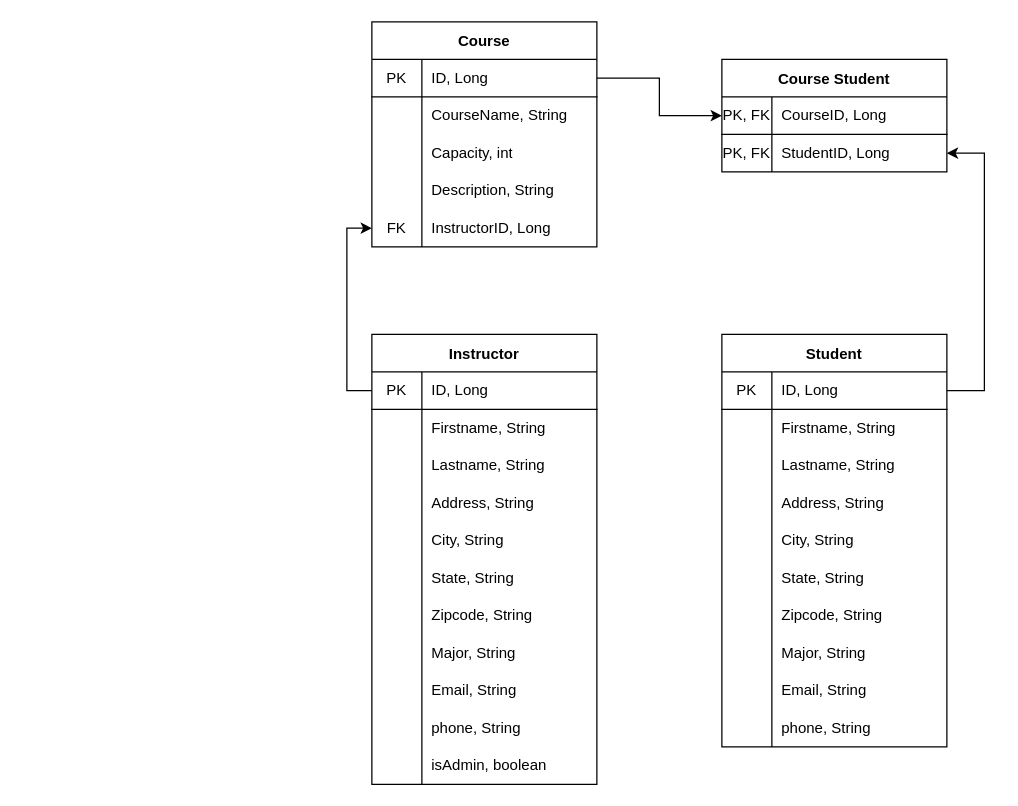
The draw.io diagram schooldb.drawio in hoon0661/schooldb, before the edit. Source tidied: cells renumbered, new cells numbered last; positions are measured from the earlier drawing's top-left corner, leaving out a move shared by most shapes. Both pictures are drawn from the tidied source at 125%, with x=0, y=0 at pixel (371, 21).
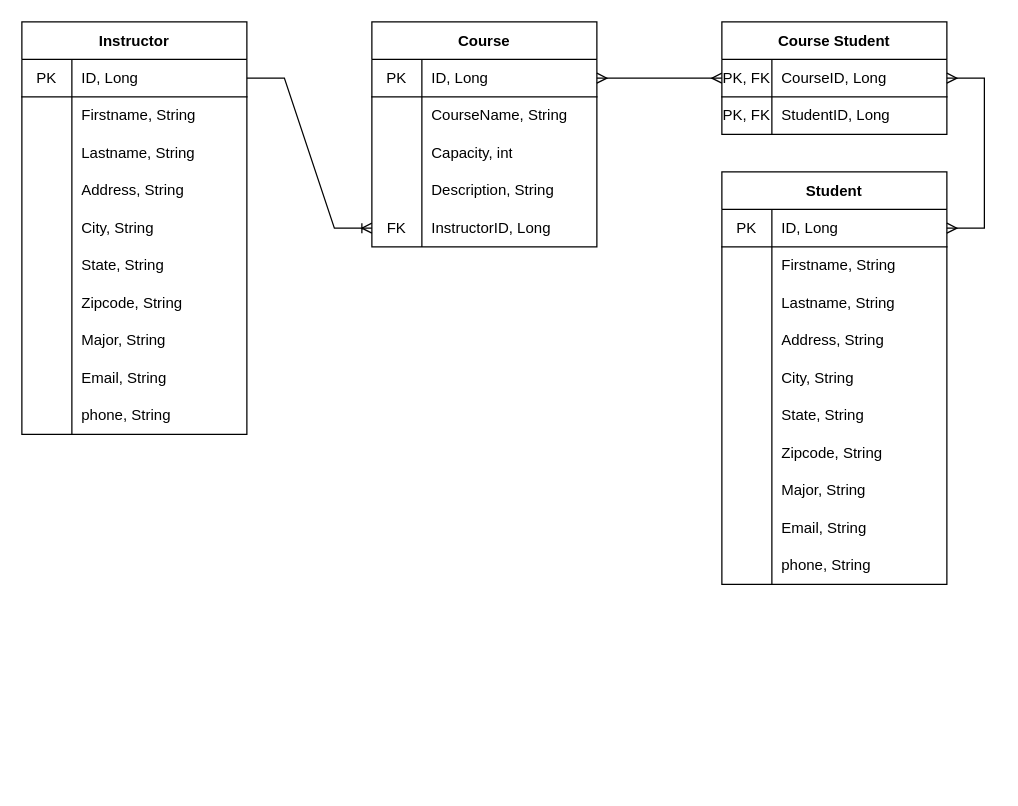
Above is the later version.

The change refers to these unchanged cells:
```xml
<mxCell id="3" style="shape=partialRectangle;html=1;whiteSpace=wrap;fillColor=none;top=0;left=0;bottom=1;right=0;points=[[0,0.5],[1,0.5]];portConstraint=eastwest;" parent="2" vertex="1">
  <mxGeometry y="30" width="180" height="30" as="geometry" />
</mxCell>
<mxCell id="15" style="shape=partialRectangle;html=1;whiteSpace=wrap;fillColor=none;top=0;left=0;bottom=0;right=0;points=[[0,0.5],[1,0.5]];portConstraint=eastwest;" parent="2" vertex="1">
  <mxGeometry y="150" width="180" height="30" as="geometry" />
</mxCell>
<mxCell id="19" style="shape=partialRectangle;html=1;whiteSpace=wrap;fillColor=none;top=0;left=0;bottom=1;right=0;points=[[0,0.5],[1,0.5]];portConstraint=eastwest;" parent="18" vertex="1">
  <mxGeometry y="30" width="180" height="30" as="geometry" />
</mxCell>
<mxCell id="53" style="shape=partialRectangle;html=1;whiteSpace=wrap;fillColor=none;top=0;left=0;bottom=1;right=0;points=[[0,0.5],[1,0.5]];portConstraint=eastwest;" parent="52" vertex="1">
  <mxGeometry y="30" width="180" height="30" as="geometry" />
</mxCell>
<mxCell id="84" style="shape=partialRectangle;html=1;whiteSpace=wrap;fillColor=none;top=0;left=0;bottom=1;right=0;points=[[0,0.5],[1,0.5]];portConstraint=eastwest;" parent="83" vertex="1">
  <mxGeometry y="30" width="180" height="30" as="geometry" />
</mxCell>
<mxCell id="87" style="shape=partialRectangle;html=1;whiteSpace=wrap;fillColor=none;top=0;left=0;bottom=0;right=0;points=[[0,0.5],[1,0.5]];portConstraint=eastwest;" parent="83" vertex="1">
  <mxGeometry y="60" width="180" height="30" as="geometry" />
</mxCell>
```

What changed in the source:
```diff
@@
     <mxCell id="18" value="Instructor" style="shape=table;startSize=30;childLayout=tableLayout;rowLines=0;fontStyle=1;align=center;" parent="1" vertex="1">
-      <mxGeometry y="250" width="180" height="360" as="geometry" />
+      <mxGeometry x="-280" width="180" height="330" as="geometry" />
     </mxCell>
@@
-    <mxCell id="49" style="shape=partialRectangle;html=1;whiteSpace=wrap;fillColor=none;top=0;left=0;bottom=0;right=0;" parent="18" vertex="1">
-      <mxGeometry y="330" width="180" height="30" as="geometry" />
-    </mxCell>
-    <mxCell id="50" style="shape=partialRectangle;html=1;whiteSpace=wrap;fillColor=none;top=0;left=0;bottom=0;right=0;overflow=hidden;" parent="49" vertex="1">
-      <mxGeometry width="40" height="30" as="geometry" />
-    </mxCell>
-    <mxCell id="51" value="isAdmin, boolean" style="shape=partialRectangle;html=1;whiteSpace=wrap;fillColor=none;top=0;left=0;bottom=0;right=0;align=left;spacingLeft=6;overflow=hidden;" parent="49" vertex="1">
-      <mxGeometry x="40" width="140" height="30" as="geometry" />
-    </mxCell>
     <mxCell id="52" value="Student" style="shape=table;startSize=30;childLayout=tableLayout;rowLines=0;fontStyle=1;align=center;" parent="1" vertex="1">
-      <mxGeometry x="280" y="250" width="180" height="330" as="geometry" />
+      <mxGeometry x="280" y="120" width="180" height="330" as="geometry" />
     </mxCell>
@@
     <mxCell id="83" value="Course Student" style="shape=table;startSize=30;childLayout=tableLayout;rowLines=0;fontStyle=1;align=center;" parent="1" vertex="1">
-      <mxGeometry x="280" y="30" width="180" height="90" as="geometry" />
+      <mxGeometry x="280" width="180" height="90" as="geometry" />
     </mxCell>
@@
+    <mxCell id="92" style="edgeStyle=entityRelationEdgeStyle;fontSize=12;html=1;endArrow=ERoneToMany;rounded=0;exitX=1;exitY=0.5;exitDx=0;exitDy=0;entryX=0;entryY=0.5;entryDx=0;entryDy=0;" parent="1" edge="1" source="19" target="15">
+      <mxGeometry relative="1" as="geometry" />
+    </mxCell>
-    <mxCell id="90" style="edgeStyle=orthogonalEdgeStyle;rounded=0;jettySize=auto;html=1;entryX=0;entryY=0.5;entryDx=0;entryDy=0;" parent="1" edge="1" source="3" target="84">
+    <mxCell id="90" style="edgeStyle=entityRelationEdgeStyle;fontSize=12;html=1;endArrow=ERmany;startArrow=ERmany;rounded=0;entryX=0;entryY=0.5;entryDx=0;entryDy=0;exitX=1;exitY=0.5;exitDx=0;exitDy=0;" parent="1" edge="1" source="3" target="84">
       <mxGeometry relative="1" as="geometry" />
     </mxCell>
-    <mxCell id="91" style="edgeStyle=orthogonalEdgeStyle;rounded=0;jettySize=auto;html=1;entryX=1;entryY=0.5;entryDx=0;entryDy=0;" parent="1" edge="1" source="53" target="87">
-      <mxGeometry relative="1" as="geometry">
-        <Array as="points">
-          <mxPoint x="490" y="295" />
-          <mxPoint x="490" y="105" />
-        </Array>
-      </mxGeometry>
-    </mxCell>
-    <mxCell id="92" style="edgeStyle=orthogonalEdgeStyle;rounded=0;jettySize=auto;html=1;entryX=0;entryY=0.5;entryDx=0;entryDy=0;" parent="1" edge="1" source="19" target="15">
-      <mxGeometry relative="1" as="geometry" />
-    </mxCell>
+    <mxCell id="93" style="edgeStyle=entityRelationEdgeStyle;fontSize=12;html=1;endArrow=ERmany;startArrow=ERmany;rounded=0;entryX=1;entryY=0.5;entryDx=0;entryDy=0;exitX=1;exitY=0.5;exitDx=0;exitDy=0;" parent="1" edge="1" source="53" target="84">
+      <mxGeometry relative="1" as="geometry" />
+    </mxCell>
```
